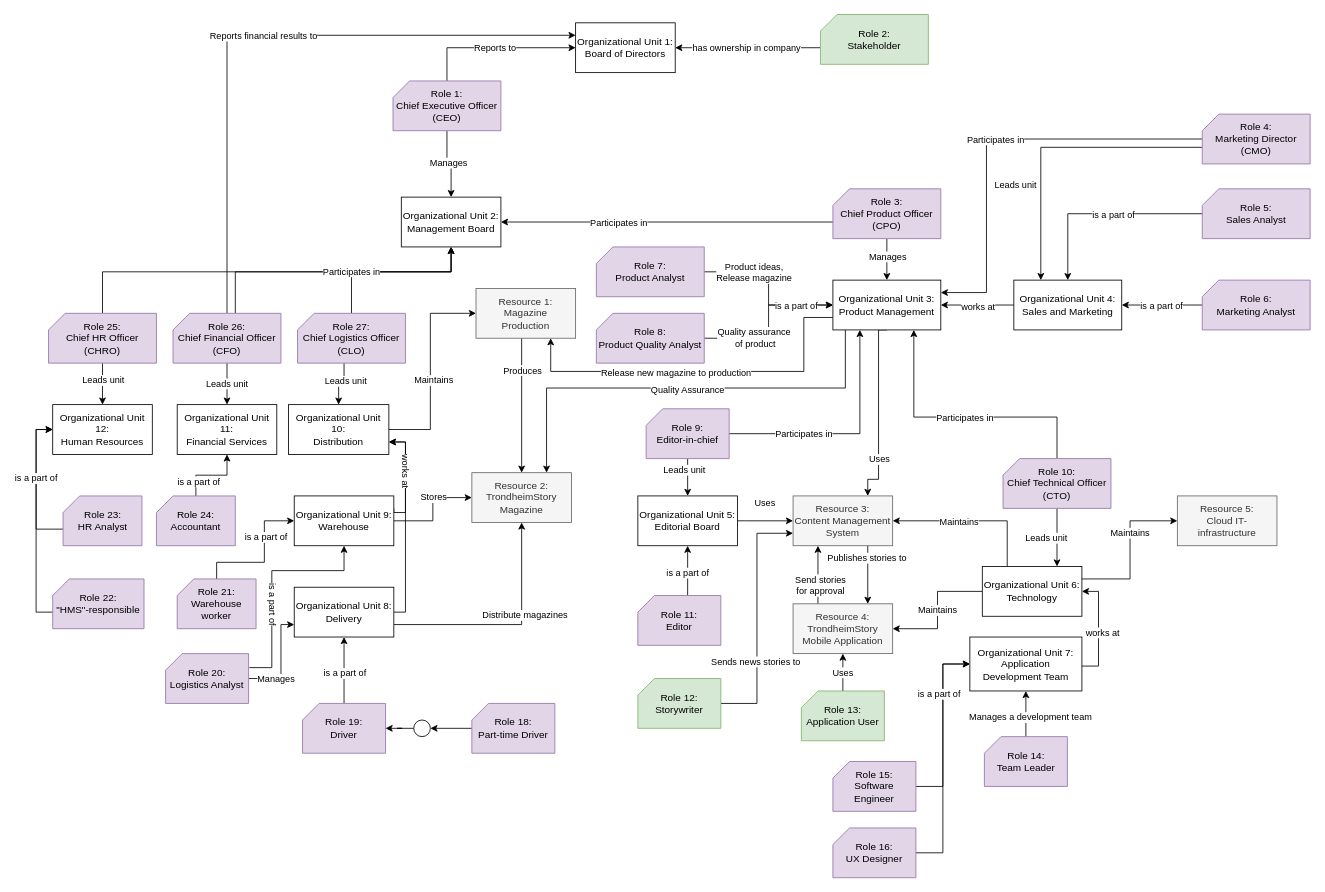
Earlier version of the draw.io diagram TS_role_actors_models.drawio (gullskatten/TS-models-4em-archi). Source tidied: cells renumbered, new cells numbered last; positions are measured from the earlier drawing's top-left corner, leaving out a move shared by most shapes. Both pictures are drawn from the tidied source at 83%, with x=0, y=0 at pixel (36, 14).
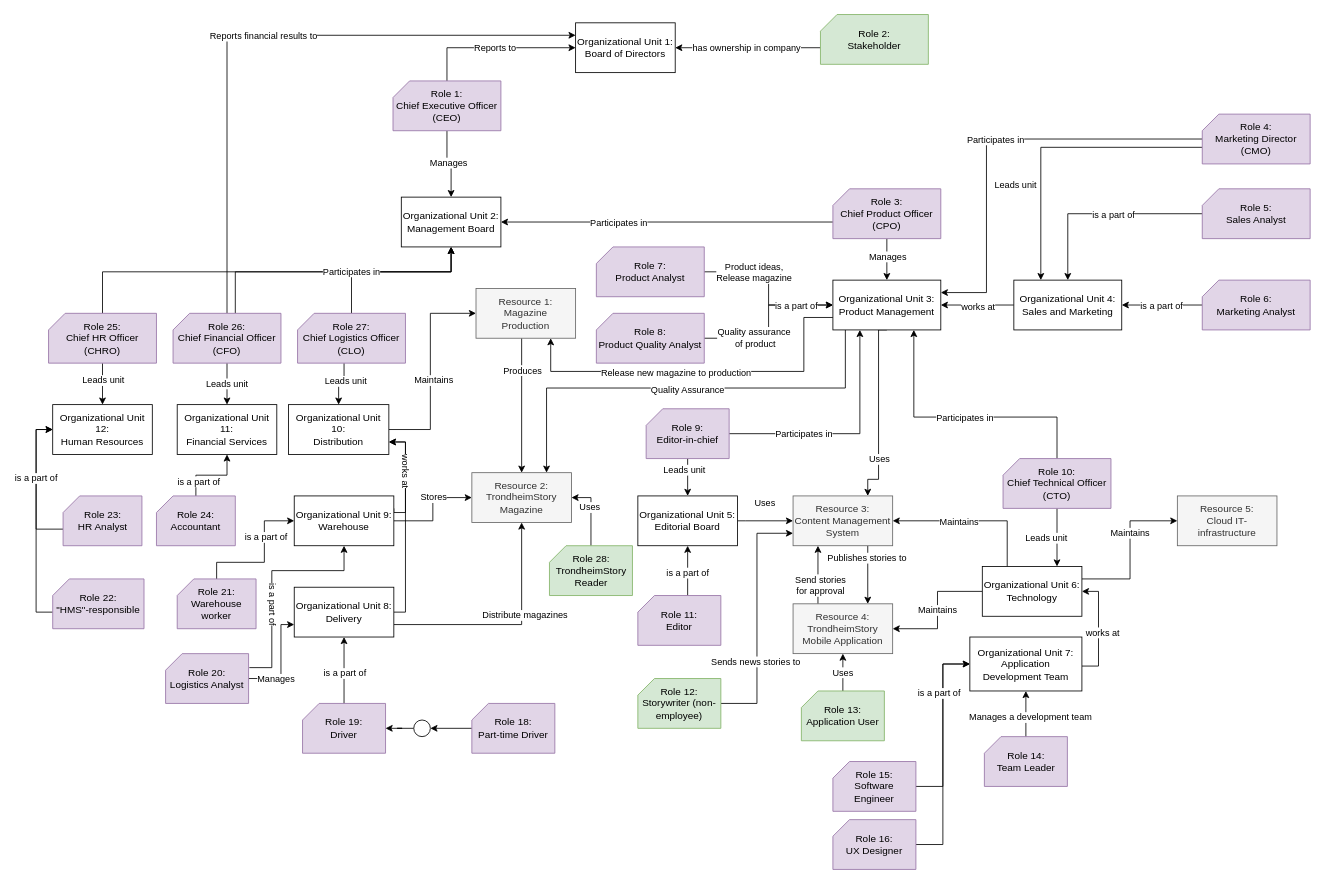
After the change.

Unchanged cells that the change refers to:
```xml
<mxCell id="134" value="Resource 2:&lt;br&gt;TrondheimStory&lt;br&gt;Magazine" style="rounded=0;whiteSpace=wrap;html=1;fillColor=#f5f5f5;strokeColor=#666666;fontColor=#333333;" parent="1" vertex="1">
  <mxGeometry x="525" y="552" width="120" height="60" as="geometry" />
</mxCell>
```

Change to the diagram source:
```diff
@@
     <mxCell id="115" value="Role 16:&lt;br&gt;UX Designer" style="verticalLabelPosition=middle;verticalAlign=middle;html=1;shape=card;whiteSpace=wrap;size=20;arcSize=12;fillColor=#e1d5e7;strokeColor=#9673a6;labelPosition=center;align=center;" parent="1" vertex="1">
-      <mxGeometry x="960" y="980" width="100" height="60" as="geometry" />
+      <mxGeometry x="960" y="970" width="100" height="60" as="geometry" />
     </mxCell>
@@
-    <mxCell id="141" value="Role 12:&lt;br&gt;Storywriter" style="verticalLabelPosition=middle;verticalAlign=middle;html=1;shape=card;whiteSpace=wrap;size=20;arcSize=12;fillColor=#d5e8d4;strokeColor=#82b366;labelPosition=center;align=center;" parent="1" vertex="1">
+    <mxCell id="141" value="Role 12:&lt;br&gt;Storywriter (non-employee)" style="verticalLabelPosition=middle;verticalAlign=middle;html=1;shape=card;whiteSpace=wrap;size=20;arcSize=12;fillColor=#d5e8d4;strokeColor=#82b366;labelPosition=center;align=center;" parent="1" vertex="1">
       <mxGeometry x="725" y="800" width="100" height="60" as="geometry" />
     </mxCell>
@@
+    <mxCell id="145" style="edgeStyle=orthogonalEdgeStyle;rounded=0;jettySize=auto;html=1;entryX=1;entryY=0.5;entryDx=0;entryDy=0;" parent="1" edge="1" source="147" target="134">
+      <mxGeometry relative="1" as="geometry" />
+    </mxCell>
+    <mxCell id="146" value="Uses" style="edgeLabel;html=1;align=center;verticalAlign=middle;" parent="145" vertex="1">
+      <mxGeometry x="0.15" y="3" relative="1" as="geometry">
+        <mxPoint x="1" as="offset" />
+      </mxGeometry>
+    </mxCell>
+    <mxCell id="147" value="Role 28:&lt;br&gt;TrondheimStory&lt;br&gt;Reader" style="verticalLabelPosition=middle;verticalAlign=middle;html=1;shape=card;whiteSpace=wrap;size=20;arcSize=12;fillColor=#d5e8d4;strokeColor=#82b366;labelPosition=center;align=center;" parent="1" vertex="1">
+      <mxGeometry x="618.5" y="640" width="100" height="60" as="geometry" />
+    </mxCell>
```
